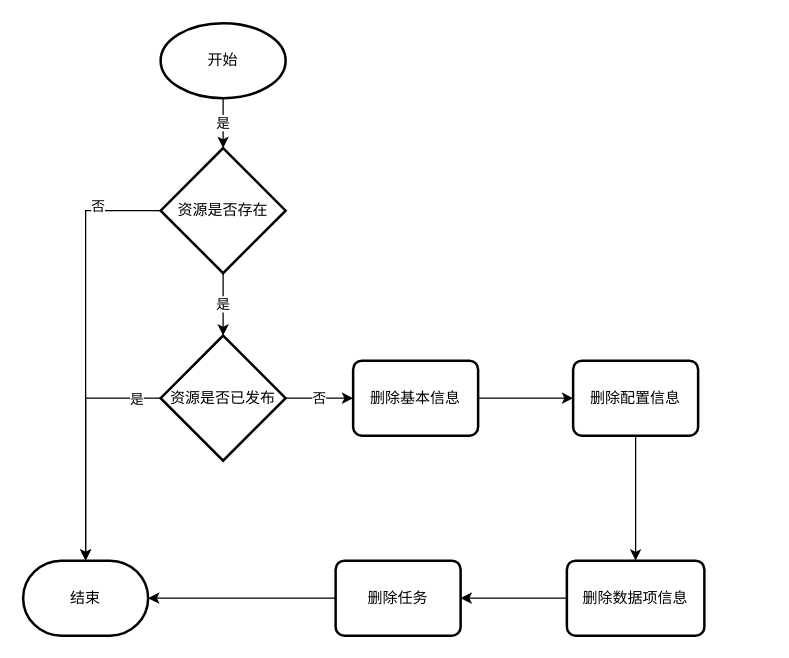
Earlier version of the draw.io diagram 数据资产删除.drawio (weiqingping/dw). Source tidied: cells renumbered, new cells numbered last; positions are measured from the earlier drawing's top-left corner, leaving out a move shared by most shapes. Both pictures are drawn from the tidied source at 125%, with x=0, y=0 at pixel (22, 22).
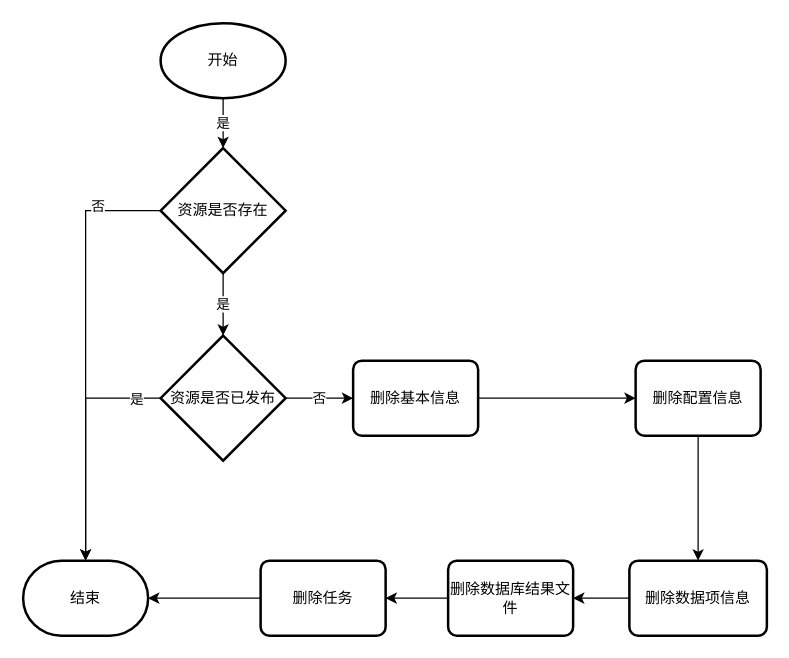
The same page after the edit.

Commit message (it also covers changes not shown here):
更新数据资产删除.drawio

Change to the diagram source:
```diff
@@
     <mxCell id="16" value="删除配置信息" style="rounded=1;whiteSpace=wrap;html=1;absoluteArcSize=1;arcSize=14;strokeWidth=2;" parent="1" vertex="1">
-      <mxGeometry x="440" y="270" width="100" height="60" as="geometry" />
+      <mxGeometry x="490" y="270" width="100" height="60" as="geometry" />
     </mxCell>
-    <mxCell id="17" style="edgeStyle=orthogonalEdgeStyle;rounded=0;jettySize=auto;html=1;" parent="1" edge="1" source="18" target="20">
-      <mxGeometry relative="1" as="geometry" />
-    </mxCell>
+    <mxCell id="21" style="edgeStyle=orthogonalEdgeStyle;rounded=0;jettySize=auto;html=1;" parent="1" edge="1" source="18" target="23">
+      <mxGeometry relative="1" as="geometry" />
+    </mxCell>
     <mxCell id="18" value="删除数据项信息" style="rounded=1;whiteSpace=wrap;html=1;absoluteArcSize=1;arcSize=14;strokeWidth=2;" parent="1" vertex="1">
-      <mxGeometry x="435" y="430" width="110" height="60" as="geometry" />
+      <mxGeometry x="485" y="430" width="110" height="60" as="geometry" />
     </mxCell>
@@
     <mxCell id="20" value="删除任务" style="rounded=1;whiteSpace=wrap;html=1;absoluteArcSize=1;arcSize=14;strokeWidth=2;" parent="1" vertex="1">
-      <mxGeometry x="250" y="430" width="100" height="60" as="geometry" />
+      <mxGeometry x="190" y="430" width="100" height="60" as="geometry" />
     </mxCell>
+    <mxCell id="22" style="edgeStyle=orthogonalEdgeStyle;rounded=0;jettySize=auto;html=1;" parent="1" edge="1" source="23" target="20">
+      <mxGeometry relative="1" as="geometry" />
+    </mxCell>
+    <mxCell id="23" value="删除数据库结果文件" style="rounded=1;whiteSpace=wrap;html=1;absoluteArcSize=1;arcSize=14;strokeWidth=2;" parent="1" vertex="1">
+      <mxGeometry x="340" y="430" width="100" height="60" as="geometry" />
+    </mxCell>
```
